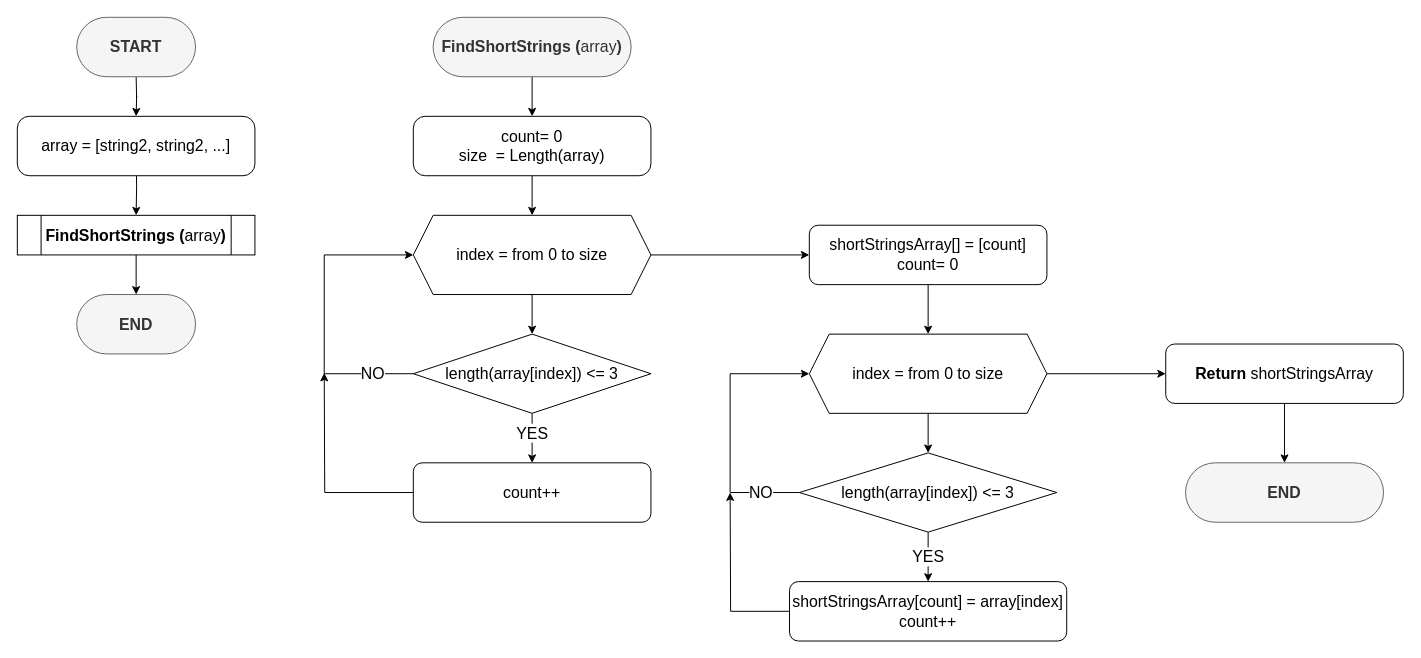
Earlier version of the draw.io diagram Test_FQ_GB_algorithm.drawio (ulis891/First_quarter_GB_Test). Source tidied: cells renumbered, new cells numbered last; positions are measured from the earlier drawing's top-left corner, leaving out a move shared by most shapes. Both pictures are drawn from the tidied source at 99%, with x=0, y=0 at pixel (17, 17).
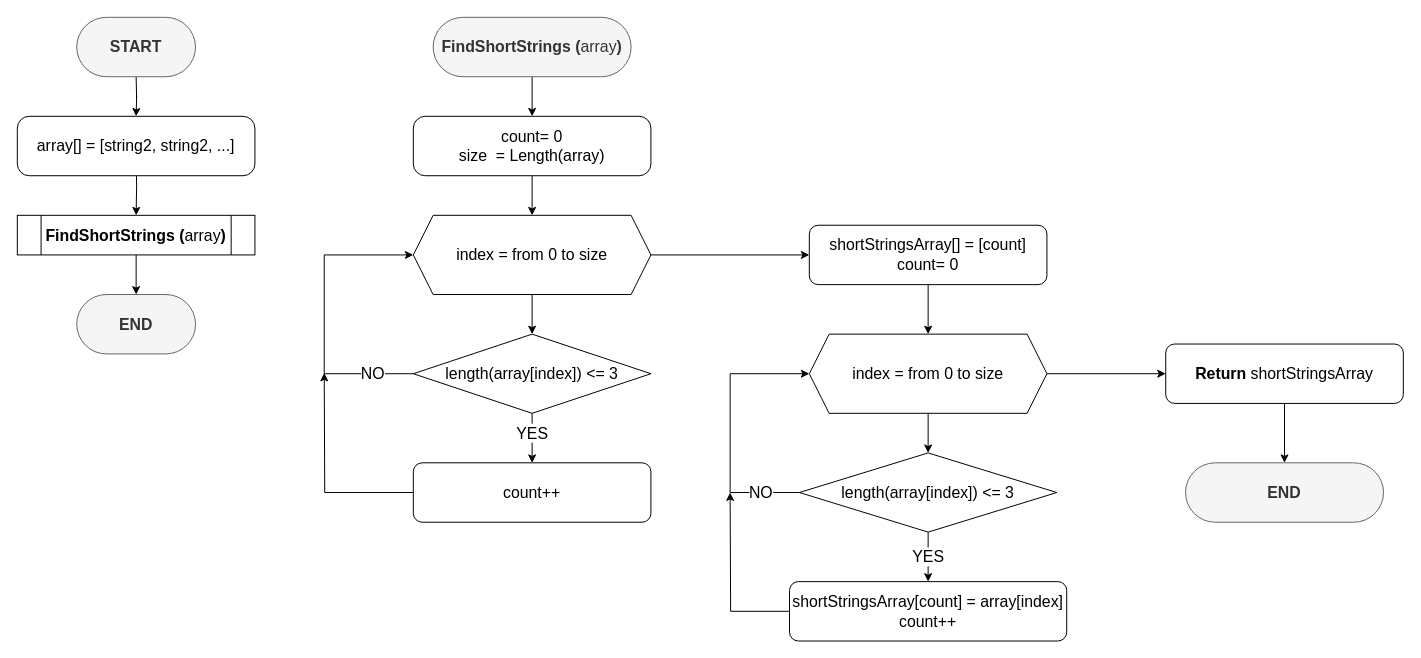
The same diagram, later.

What changed in the source:
```diff
@@
-    <mxCell id="31" value="&lt;font style=&quot;font-size: 16px;&quot;&gt;&lt;span style=&quot;font-size: 16px;&quot;&gt;array = [string2, string2, ...]&lt;/span&gt;&lt;br style=&quot;font-size: 16px;&quot;&gt;&lt;/font&gt;" style="rounded=1;whiteSpace=wrap;html=1;fontSize=16;arcSize=20;" parent="1" vertex="1">
+    <mxCell id="31" value="&lt;font style=&quot;font-size: 16px&quot;&gt;&lt;span style=&quot;font-size: 16px&quot;&gt;array[] = [string2, string2, ...]&lt;/span&gt;&lt;br style=&quot;font-size: 16px&quot;&gt;&lt;/font&gt;" style="rounded=1;whiteSpace=wrap;html=1;fontSize=16;arcSize=20;" parent="1" vertex="1">
       <mxGeometry y="100" width="240" height="60" as="geometry" />
     </mxCell>
```
